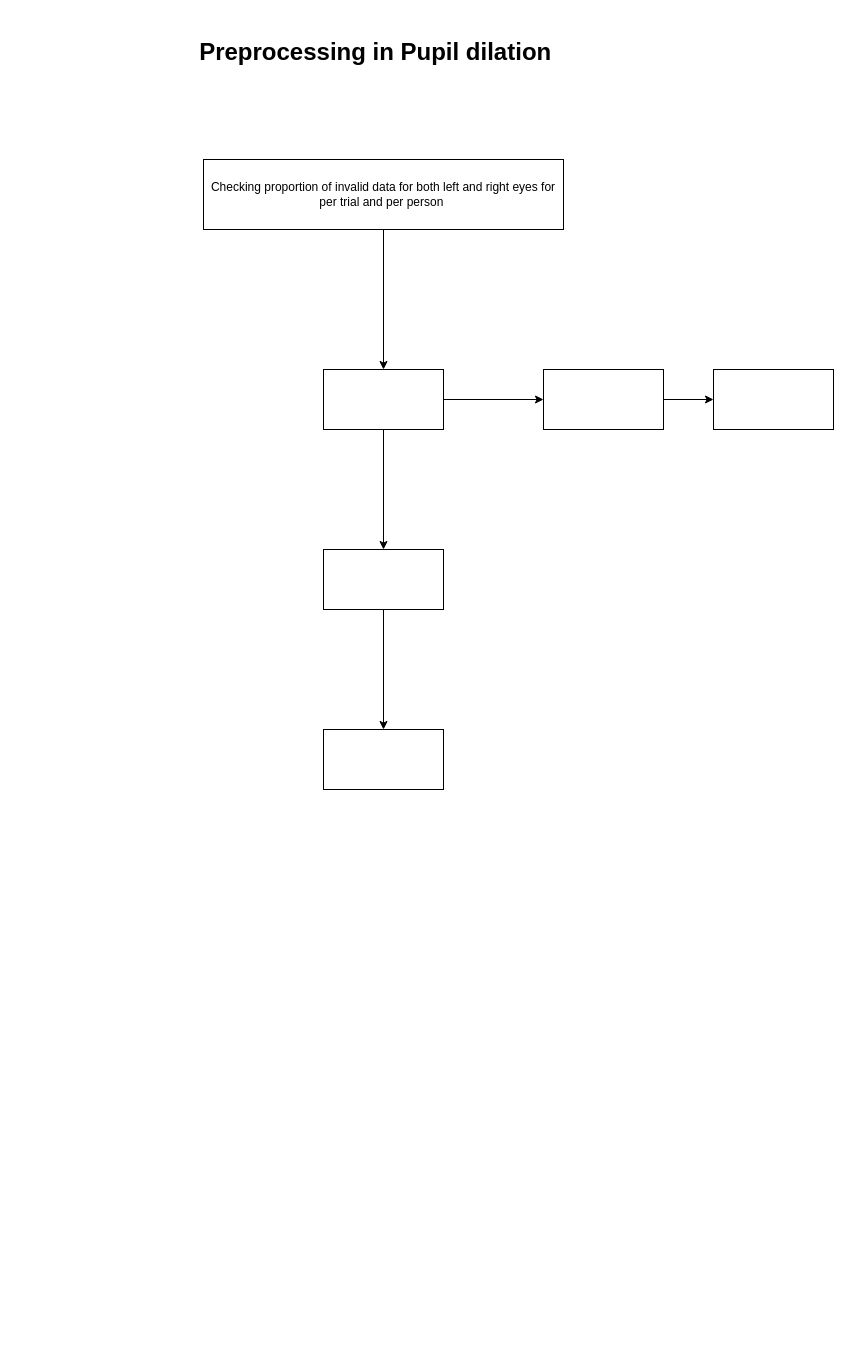
Above: Preprocessing_pupil dilation.drawio in haixududu/2022-23_BF_dataanalysis (draw.io), before the change. Source tidied: cells renumbered, new cells numbered last; positions are measured from the earlier drawing's top-left corner, leaving out a move shared by most shapes. Both pictures are drawn from the tidied source at 100%, with x=0, y=0 at pixel (188, 17).
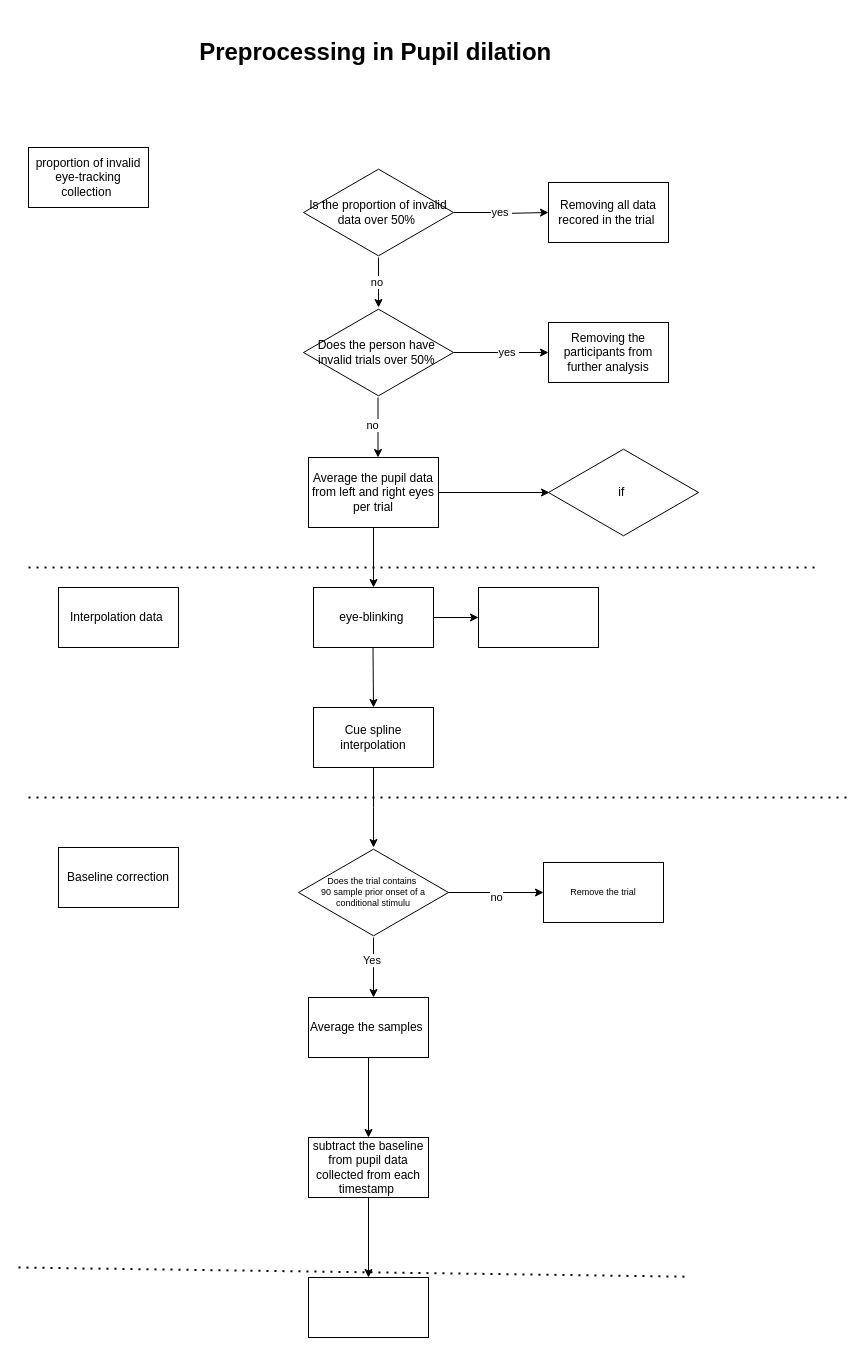
After the change.

Change to the diagram source:
```diff
@@
-    <mxCell id="2" style="edgeStyle=orthogonalEdgeStyle;rounded=0;jettySize=auto;html=1;" parent="1" edge="1" source="3" target="6">
-      <mxGeometry relative="1" as="geometry" />
-    </mxCell>
-    <mxCell id="3" value="Checking proportion of invalid data for both left and right eyes for per trial and per person&amp;nbsp;" style="rounded=0;whiteSpace=wrap;html=1;align=center;" parent="1" vertex="1">
-      <mxGeometry x="15" y="142" width="360" height="70" as="geometry" />
-    </mxCell>
-    <mxCell id="4" style="edgeStyle=orthogonalEdgeStyle;rounded=0;jettySize=auto;html=1;" parent="1" edge="1" source="6" target="8">
-      <mxGeometry relative="1" as="geometry" />
-    </mxCell>
-    <mxCell id="5" style="edgeStyle=orthogonalEdgeStyle;rounded=0;jettySize=auto;html=1;" parent="1" edge="1" source="6" target="11">
-      <mxGeometry relative="1" as="geometry" />
-    </mxCell>
-    <mxCell id="6" style="rounded=0;whiteSpace=wrap;html=1;" parent="1" vertex="1">
-      <mxGeometry x="135" y="352" width="120" height="60" as="geometry" />
-    </mxCell>
-    <mxCell id="7" style="edgeStyle=orthogonalEdgeStyle;rounded=0;jettySize=auto;html=1;" parent="1" edge="1" source="8" target="9">
-      <mxGeometry relative="1" as="geometry" />
-    </mxCell>
-    <mxCell id="8" style="rounded=0;whiteSpace=wrap;html=1;" parent="1" vertex="1">
-      <mxGeometry x="135" y="532" width="120" height="60" as="geometry" />
-    </mxCell>
-    <mxCell id="9" style="rounded=0;whiteSpace=wrap;html=1;" parent="1" vertex="1">
-      <mxGeometry x="135" y="712" width="120" height="60" as="geometry" />
-    </mxCell>
-    <mxCell id="10" style="edgeStyle=orthogonalEdgeStyle;rounded=0;jettySize=auto;html=1;" parent="1" edge="1" source="11" target="12">
-      <mxGeometry relative="1" as="geometry" />
-    </mxCell>
-    <mxCell id="11" style="rounded=0;whiteSpace=wrap;html=1;" parent="1" vertex="1">
-      <mxGeometry x="355" y="352" width="120" height="60" as="geometry" />
-    </mxCell>
-    <mxCell id="12" style="rounded=0;whiteSpace=wrap;html=1;" parent="1" vertex="1">
-      <mxGeometry x="525" y="352" width="120" height="60" as="geometry" />
-    </mxCell>
@@
+    <mxCell id="14" value="proportion of invalid eye-tracking collection&amp;nbsp;" style="rounded=0;whiteSpace=wrap;html=1;" parent="1" vertex="1">
+      <mxGeometry x="-160" y="130" width="120" height="60" as="geometry" />
+    </mxCell>
+    <mxCell id="15" value="yes&amp;nbsp;" style="edgeStyle=orthogonalEdgeStyle;rounded=0;jettySize=auto;html=1;" parent="1" edge="1" source="17">
+      <mxGeometry relative="1" as="geometry">
+        <mxPoint x="360" y="195" as="targetPoint" />
+        <Array as="points">
+          <mxPoint x="313" y="195" />
+          <mxPoint x="313" y="196" />
+        </Array>
+      </mxGeometry>
+    </mxCell>
+    <mxCell id="16" value="no&amp;nbsp;" style="edgeStyle=orthogonalEdgeStyle;rounded=0;jettySize=auto;html=1;" parent="1" edge="1" source="17">
+      <mxGeometry relative="1" as="geometry">
+        <mxPoint x="190" y="290" as="targetPoint" />
+      </mxGeometry>
+    </mxCell>
+    <mxCell id="17" value="Is the proportion of invalid data over 50%&amp;nbsp;" style="html=1;whiteSpace=wrap;shape=isoRectangle;" parent="1" vertex="1">
+      <mxGeometry x="115" y="150" width="150" height="90" as="geometry" />
+    </mxCell>
+    <mxCell id="18" value="Removing all data recored in the trial&amp;nbsp;" style="rounded=0;whiteSpace=wrap;html=1;" parent="1" vertex="1">
+      <mxGeometry x="360" y="165" width="120" height="60" as="geometry" />
+    </mxCell>
+    <mxCell id="19" style="endArrow=none;dashed=1;html=1;dashPattern=1 3;strokeWidth=2;rounded=0;" parent="1" edge="1">
+      <mxGeometry relative="1" as="geometry">
+        <mxPoint x="-160" y="550" as="sourcePoint" />
+        <mxPoint x="630" y="550" as="targetPoint" />
+      </mxGeometry>
+    </mxCell>
+    <mxCell id="20" value="yes&amp;nbsp;" style="edgeStyle=orthogonalEdgeStyle;rounded=0;jettySize=auto;html=1;entryX=0;entryY=0.5;entryDx=0;entryDy=0;" parent="1" edge="1" source="27" target="23">
+      <mxGeometry x="0.16" relative="1" as="geometry" />
+    </mxCell>
+    <mxCell id="21" style="edgeStyle=orthogonalEdgeStyle;rounded=0;orthogonalLoop=1;jettySize=auto;html=1;" parent="1" edge="1">
+      <mxGeometry relative="1" as="geometry">
+        <mxPoint x="189.5" y="380" as="sourcePoint" />
+        <mxPoint x="189.5" y="440" as="targetPoint" />
+      </mxGeometry>
+    </mxCell>
+    <mxCell id="22" value="no" style="edgeLabel;html=1;align=center;verticalAlign=middle;" parent="21" vertex="1">
+      <mxGeometry x="-0.01" y="-3" relative="1" as="geometry">
+        <mxPoint x="-3" y="-3" as="offset" />
+      </mxGeometry>
+    </mxCell>
+    <mxCell id="23" value="Removing the participants from further analysis" style="rounded=0;whiteSpace=wrap;html=1;" parent="1" vertex="1">
+      <mxGeometry x="360" y="305" width="120" height="60" as="geometry" />
+    </mxCell>
+    <mxCell id="24" style="edgeStyle=orthogonalEdgeStyle;rounded=0;jettySize=auto;html=1;" parent="1" edge="1" source="26" target="29">
+      <mxGeometry relative="1" as="geometry" />
+    </mxCell>
+    <mxCell id="25" style="edgeStyle=orthogonalEdgeStyle;rounded=0;jettySize=auto;html=1;entryX=0.007;entryY=0.5;entryDx=0;entryDy=0;entryPerimeter=0;" parent="1" edge="1" source="26" target="33">
+      <mxGeometry relative="1" as="geometry" />
+    </mxCell>
+    <mxCell id="26" value="Average the pupil data from left and right eyes per trial" style="rounded=0;whiteSpace=wrap;html=1;" parent="1" vertex="1">
+      <mxGeometry x="120" y="440" width="130" height="70" as="geometry" />
+    </mxCell>
+    <mxCell id="27" value="Does the person have&amp;nbsp; invalid trials over 50%&amp;nbsp;" style="html=1;whiteSpace=wrap;shape=isoRectangle;" parent="1" vertex="1">
+      <mxGeometry x="115" y="290" width="150" height="90" as="geometry" />
+    </mxCell>
+    <mxCell id="28" style="edgeStyle=orthogonalEdgeStyle;rounded=0;jettySize=auto;html=1;" parent="1" edge="1" source="29" target="32">
+      <mxGeometry relative="1" as="geometry" />
+    </mxCell>
+    <mxCell id="29" value="eye-blinking&amp;nbsp;" style="rounded=0;whiteSpace=wrap;html=1;" parent="1" vertex="1">
+      <mxGeometry x="125" y="570" width="120" height="60" as="geometry" />
+    </mxCell>
+    <mxCell id="30" value="Interpolation data&amp;nbsp;" style="rounded=0;whiteSpace=wrap;html=1;" parent="1" vertex="1">
+      <mxGeometry x="-130" y="570" width="120" height="60" as="geometry" />
+    </mxCell>
+    <mxCell id="31" style="endArrow=classic;html=1;rounded=0;" parent="1" edge="1">
+      <mxGeometry relative="1" as="geometry">
+        <mxPoint x="184.5" y="630" as="sourcePoint" />
+        <mxPoint x="185" y="690" as="targetPoint" />
+      </mxGeometry>
+    </mxCell>
+    <mxCell id="32" style="rounded=0;whiteSpace=wrap;html=1;" parent="1" vertex="1">
+      <mxGeometry x="290" y="570" width="120" height="60" as="geometry" />
+    </mxCell>
+    <mxCell id="33" value="if&amp;nbsp;" style="html=1;whiteSpace=wrap;shape=isoRectangle;" parent="1" vertex="1">
+      <mxGeometry x="360" y="430" width="150" height="90" as="geometry" />
+    </mxCell>
+    <mxCell id="34" style="edgeStyle=orthogonalEdgeStyle;rounded=0;jettySize=auto;html=1;" parent="1" edge="1" source="35">
+      <mxGeometry relative="1" as="geometry">
+        <mxPoint x="185" y="830" as="targetPoint" />
+      </mxGeometry>
+    </mxCell>
+    <mxCell id="35" value="Cue spline interpolation" style="rounded=0;whiteSpace=wrap;html=1;" parent="1" vertex="1">
+      <mxGeometry x="125" y="690" width="120" height="60" as="geometry" />
+    </mxCell>
+    <mxCell id="36" value="Baseline correction" style="whiteSpace=wrap;html=1;" parent="1" vertex="1">
+      <mxGeometry x="-130" y="830" width="120" height="60" as="geometry" />
+    </mxCell>
+    <mxCell id="37" style="edgeStyle=orthogonalEdgeStyle;rounded=0;jettySize=auto;html=1;" parent="1" edge="1" source="41">
+      <mxGeometry relative="1" as="geometry">
+        <mxPoint x="185" y="980" as="targetPoint" />
+      </mxGeometry>
+    </mxCell>
+    <mxCell id="38" value="Yes&amp;nbsp;" style="edgeLabel;html=1;align=center;verticalAlign=middle;" parent="37" vertex="1">
+      <mxGeometry x="-0.27" y="-1" relative="1" as="geometry" />
+    </mxCell>
+    <mxCell id="39" style="edgeStyle=orthogonalEdgeStyle;rounded=0;jettySize=auto;html=1;" parent="1" edge="1" source="41" target="42">
+      <mxGeometry relative="1" as="geometry" />
+    </mxCell>
+    <mxCell id="40" value="no" style="edgeLabel;html=1;align=center;verticalAlign=middle;" parent="39" vertex="1">
+      <mxGeometry x="-0.01" y="-4" relative="1" as="geometry" />
+    </mxCell>
+    <mxCell id="41" value="Does the trial contains&amp;nbsp;&lt;br style=&quot;font-size: 9px;&quot;&gt;90 sample prior onset of a conditional stimulu" style="html=1;whiteSpace=wrap;shape=isoRectangle;fontSize=9;" parent="1" vertex="1">
+      <mxGeometry x="110" y="830" width="150" height="90" as="geometry" />
+    </mxCell>
+    <mxCell id="42" value="Remove the trial" style="whiteSpace=wrap;html=1;fontSize=9;" parent="1" vertex="1">
+      <mxGeometry x="355" y="845" width="120" height="60" as="geometry" />
+    </mxCell>
+    <mxCell id="43" style="edgeStyle=orthogonalEdgeStyle;rounded=0;jettySize=auto;html=1;" parent="1" edge="1" source="44" target="46">
+      <mxGeometry relative="1" as="geometry" />
+    </mxCell>
+    <mxCell id="44" value="Average the samples&amp;nbsp;" style="whiteSpace=wrap;html=1;" parent="1" vertex="1">
+      <mxGeometry x="120" y="980" width="120" height="60" as="geometry" />
+    </mxCell>
+    <mxCell id="45" style="edgeStyle=orthogonalEdgeStyle;rounded=0;jettySize=auto;html=1;" parent="1" edge="1" source="46" target="48">
+      <mxGeometry relative="1" as="geometry" />
+    </mxCell>
+    <mxCell id="46" value="subtract the baseline from pupil data collected from each timestamp&amp;nbsp;" style="whiteSpace=wrap;html=1;" parent="1" vertex="1">
+      <mxGeometry x="120" y="1120" width="120" height="60" as="geometry" />
+    </mxCell>
+    <mxCell id="47" style="endArrow=none;dashed=1;html=1;dashPattern=1 3;strokeWidth=2;rounded=0;" parent="1" edge="1">
+      <mxGeometry relative="1" as="geometry">
+        <mxPoint x="-160" y="780" as="sourcePoint" />
+        <mxPoint x="660" y="780" as="targetPoint" />
+      </mxGeometry>
+    </mxCell>
+    <mxCell id="48" style="whiteSpace=wrap;html=1;" parent="1" vertex="1">
+      <mxGeometry x="120" y="1260" width="120" height="60" as="geometry" />
+    </mxCell>
+    <mxCell id="49" style="endArrow=none;dashed=1;html=1;dashPattern=1 3;strokeWidth=2;rounded=0;" parent="1" edge="1">
+      <mxGeometry relative="1" as="geometry">
+        <mxPoint x="-170" y="1250" as="sourcePoint" />
+        <mxPoint x="500" y="1259.2" as="targetPoint" />
+      </mxGeometry>
+    </mxCell>
```
